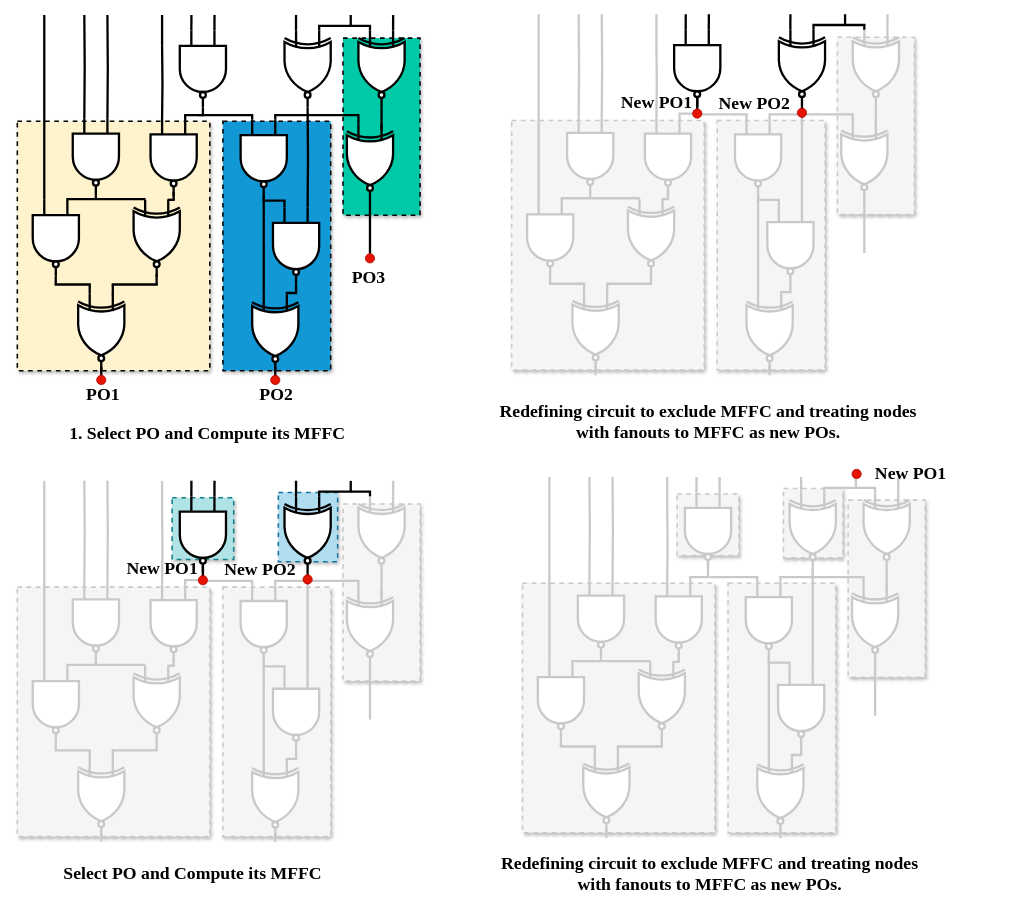
Earlier version of the draw.io diagram mffc_process.drawio (kxzhu0505/LogicSynOpt). Source tidied: cells renumbered, new cells numbered last; positions are measured from the earlier drawing's top-left corner, leaving out a move shared by most shapes. Both pictures are drawn from the tidied source at 77%, with x=0, y=0 at pixel (17, 14).
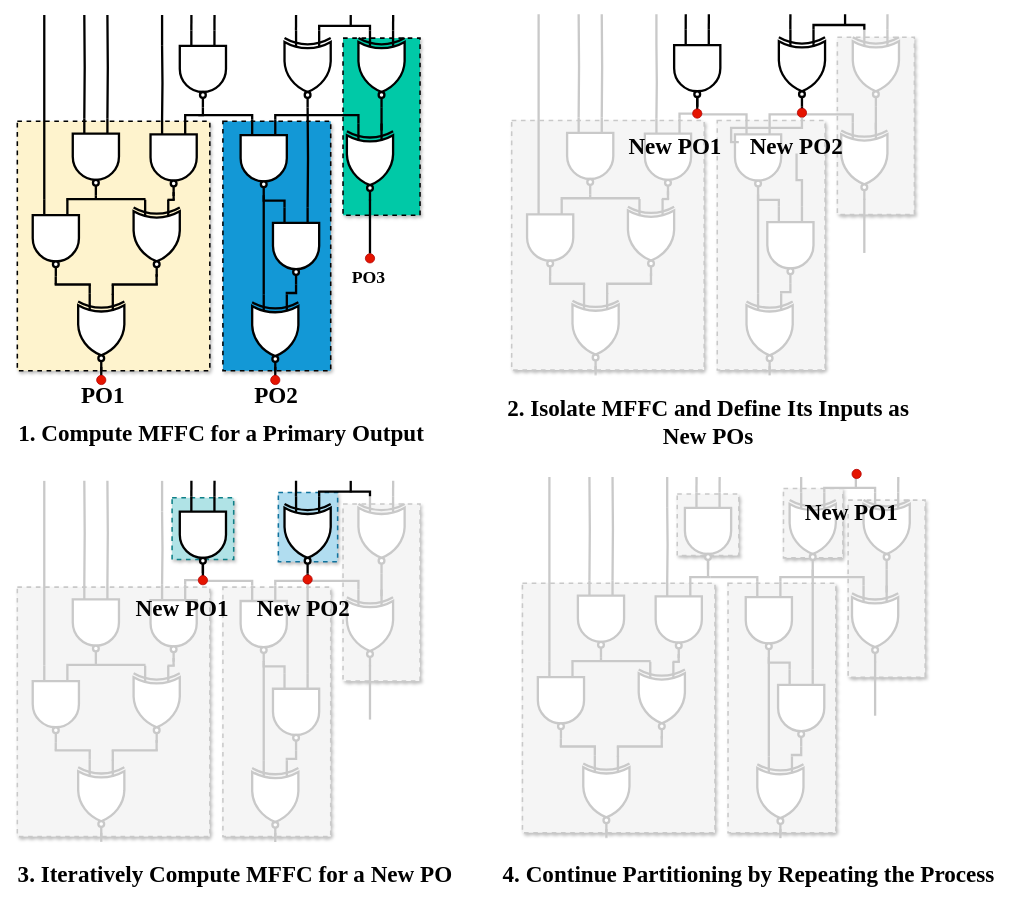
After the change.

Unchanged cells that the change refers to:
```xml
<mxCell id="80" style="verticalLabelPosition=bottom;shadow=0;dashed=0;align=center;html=1;verticalAlign=top;shape=mxgraph.electrical.logic_gates.logic_gate;operation=and;negating=1;negSize=0.15;strokeWidth=3;direction=south;strokeColor=light-dark(#c9c9c9, #ededed);" parent="1" vertex="1">
  <mxGeometry x="974" y="250" width="60" height="100" as="geometry" />
</mxCell>
<mxCell id="110" style="ellipse;whiteSpace=wrap;html=1;strokeColor=#B20000;fillColor=#e51400;fontColor=#ffffff;" parent="1" vertex="1">
  <mxGeometry x="1013" y="122" width="12" height="12" as="geometry" />
</mxCell>
```

What changed in the source:
```diff
@@
-    <mxCell id="54" value="&lt;font style=&quot;font-size: 23px;&quot; face=&quot;Times New Roman&quot;&gt;&lt;b&gt;1. Select PO and Compute its MFFC&lt;/b&gt;&lt;/font&gt;" style="text;html=1;align=center;verticalAlign=middle;whiteSpace=wrap;rounded=0;" parent="1" vertex="1">
-      <mxGeometry x="34" y="529" width="426" height="30" as="geometry" />
+    <mxCell id="54" value="&lt;font style=&quot;font-size: 30px;&quot; face=&quot;Times New Roman&quot;&gt;&lt;b style=&quot;&quot;&gt;1.&amp;nbsp;&lt;/b&gt;&lt;/font&gt;&lt;font face=&quot;Times New Roman&quot;&gt;&lt;span style=&quot;font-size: 30px;&quot;&gt;&lt;b&gt;Compute MFFC for a Primary Output&lt;/b&gt;&lt;/span&gt;&lt;/font&gt;" style="text;html=1;align=center;verticalAlign=middle;whiteSpace=wrap;rounded=0;" parent="1" vertex="1">
+      <mxGeometry y="529" width="530" height="30" as="geometry" />
     </mxCell>
-    <mxCell id="55" value="&lt;font style=&quot;font-size: 23px;&quot; face=&quot;Times New Roman&quot;&gt;&lt;b&gt;PO1&lt;/b&gt;&lt;/font&gt;" style="text;html=1;align=center;verticalAlign=middle;whiteSpace=wrap;rounded=0;" parent="1" vertex="1">
+    <mxCell id="55" value="&lt;font style=&quot;font-size: 30px;&quot; face=&quot;Times New Roman&quot;&gt;&lt;b style=&quot;&quot;&gt;PO1&lt;/b&gt;&lt;/font&gt;" style="text;html=1;align=center;verticalAlign=middle;whiteSpace=wrap;rounded=0;" parent="1" vertex="1">
       <mxGeometry x="65" y="484" width="93" height="20" as="geometry" />
     </mxCell>
-    <mxCell id="56" value="&lt;font style=&quot;font-size: 23px;&quot; face=&quot;Times New Roman&quot;&gt;&lt;b&gt;PO2&lt;/b&gt;&lt;/font&gt;" style="text;html=1;align=center;verticalAlign=middle;whiteSpace=wrap;rounded=0;" parent="1" vertex="1">
+    <mxCell id="56" value="&lt;font style=&quot;font-size: 30px;&quot; face=&quot;Times New Roman&quot;&gt;&lt;b style=&quot;&quot;&gt;PO2&lt;/b&gt;&lt;/font&gt;" style="text;html=1;align=center;verticalAlign=middle;whiteSpace=wrap;rounded=0;" parent="1" vertex="1">
       <mxGeometry x="290" y="484" width="93" height="20" as="geometry" />
     </mxCell>
@@
-    <mxCell id="84" style="endArrow=none;html=1;rounded=0;strokeWidth=3;entryX=0;entryY=0.25;entryDx=0;entryDy=0;entryPerimeter=0;edgeStyle=orthogonalEdgeStyle;strokeColor=#C9C9C9;" parent="1" edge="1" source="110" target="80">
+    <mxCell id="84" style="endArrow=none;html=1;rounded=0;strokeWidth=3;entryX=0;entryY=0.25;entryDx=0;entryDy=0;entryPerimeter=0;edgeStyle=orthogonalEdgeStyle;strokeColor=#C9C9C9;" parent="1" edge="1" source="112" target="80">
       <mxGeometry relative="1" as="geometry" />
     </mxCell>
@@
-    <mxCell id="111" value="&lt;font style=&quot;font-size: 23px;&quot; face=&quot;Times New Roman&quot;&gt;&lt;b&gt;New PO1&lt;/b&gt;&lt;/font&gt;" style="text;html=1;align=center;verticalAlign=middle;whiteSpace=wrap;rounded=0;" parent="1" vertex="1">
-      <mxGeometry x="778" y="104" width="105" height="20" as="geometry" />
+    <mxCell id="111" value="&lt;font style=&quot;font-size: 30px;&quot; face=&quot;Times New Roman&quot;&gt;&lt;b style=&quot;&quot;&gt;New PO1&lt;/b&gt;&lt;/font&gt;" style="text;html=1;align=center;verticalAlign=middle;whiteSpace=wrap;rounded=0;" parent="1" vertex="1">
+      <mxGeometry x="763" y="161" width="183" height="20" as="geometry" />
     </mxCell>
-    <mxCell id="112" value="&lt;font style=&quot;font-size: 23px;&quot; face=&quot;Times New Roman&quot;&gt;&lt;b&gt;New PO2&lt;/b&gt;&lt;/font&gt;" style="text;html=1;align=center;verticalAlign=middle;whiteSpace=wrap;rounded=0;" parent="1" vertex="1">
-      <mxGeometry x="905" y="105" width="105" height="20" as="geometry" />
-    </mxCell>
-    <mxCell id="113" value="&lt;font face=&quot;Times New Roman&quot;&gt;&lt;span style=&quot;font-size: 23px;&quot;&gt;&lt;b&gt;Redefining &lt;/b&gt;&lt;/span&gt;&lt;/font&gt;&lt;b style=&quot;font-family: &amp;quot;Times New Roman&amp;quot;; font-size: 23px;&quot;&gt;circuit&lt;/b&gt;&lt;font face=&quot;Times New Roman&quot;&gt;&lt;span style=&quot;font-size: 23px;&quot;&gt;&lt;b&gt;&amp;nbsp;to exclude MFFC and treating nodes with fanouts to MFFC as new POs.&lt;/b&gt;&lt;/span&gt;&lt;/font&gt;" style="text;html=1;align=center;verticalAlign=middle;whiteSpace=wrap;rounded=0;" parent="1" vertex="1">
+    <mxCell id="113" value="&lt;font style=&quot;font-size: 30px;&quot;&gt;&lt;font face=&quot;Times New Roman&quot;&gt;&lt;b style=&quot;&quot;&gt;2.&amp;nbsp;&lt;/b&gt;&lt;/font&gt;&lt;/font&gt;&lt;font face=&quot;Times New Roman&quot;&gt;&lt;span style=&quot;font-size: 30px;&quot;&gt;&lt;b&gt;Isolate MFFC and Define Its Inputs as New POs&lt;/b&gt;&lt;/span&gt;&lt;/font&gt;" style="text;html=1;align=center;verticalAlign=middle;whiteSpace=wrap;rounded=0;" parent="1" vertex="1">
       <mxGeometry x="617.5" y="514" width="559" height="30" as="geometry" />
     </mxCell>
@@
-    <mxCell id="166" value="&lt;font style=&quot;font-size: 23px;&quot; face=&quot;Times New Roman&quot;&gt;&lt;b&gt;New PO1&lt;/b&gt;&lt;/font&gt;" style="text;html=1;align=center;verticalAlign=middle;whiteSpace=wrap;rounded=0;" parent="1" vertex="1">
-      <mxGeometry x="136" y="710" width="105" height="20" as="geometry" />
-    </mxCell>
-    <mxCell id="167" value="&lt;font style=&quot;font-size: 23px;&quot; face=&quot;Times New Roman&quot;&gt;&lt;b&gt;New PO2&lt;/b&gt;&lt;/font&gt;" style="text;html=1;align=center;verticalAlign=middle;whiteSpace=wrap;rounded=0;" parent="1" vertex="1">
-      <mxGeometry x="263" y="711" width="105" height="20" as="geometry" />
-    </mxCell>
@@
-    <mxCell id="221" value="&lt;font style=&quot;font-size: 23px;&quot; face=&quot;Times New Roman&quot;&gt;&lt;b&gt;Select PO and Compute its MFFC&lt;/b&gt;&lt;/font&gt;" style="text;html=1;align=center;verticalAlign=middle;whiteSpace=wrap;rounded=0;" parent="1" vertex="1">
-      <mxGeometry x="49" y="1101" width="358" height="30" as="geometry" />
+    <mxCell id="221" value="&lt;font style=&quot;font-size: 30px;&quot; face=&quot;Times New Roman&quot;&gt;&lt;b style=&quot;&quot;&gt;3.&amp;nbsp;&lt;/b&gt;&lt;/font&gt;&lt;font face=&quot;Times New Roman&quot;&gt;&lt;span style=&quot;font-size: 30px;&quot;&gt;&lt;b&gt;Iteratively Compute MFFC for a New PO&lt;/b&gt;&lt;/span&gt;&lt;/font&gt;" style="text;html=1;align=center;verticalAlign=middle;whiteSpace=wrap;rounded=0;" parent="1" vertex="1">
+      <mxGeometry x="-5.5" y="1101" width="575.5" height="30" as="geometry" />
     </mxCell>
-    <mxCell id="222" value="&lt;font face=&quot;Times New Roman&quot;&gt;&lt;span style=&quot;font-size: 23px;&quot;&gt;&lt;b&gt;Redefining &lt;/b&gt;&lt;/span&gt;&lt;/font&gt;&lt;b style=&quot;font-family: &amp;quot;Times New Roman&amp;quot;; font-size: 23px;&quot;&gt;circuit&lt;/b&gt;&lt;font face=&quot;Times New Roman&quot;&gt;&lt;span style=&quot;font-size: 23px;&quot;&gt;&lt;b&gt;&amp;nbsp;to exclude MFFC and treating nodes with fanouts to MFFC as new POs.&lt;/b&gt;&lt;/span&gt;&lt;/font&gt;" style="text;html=1;align=center;verticalAlign=middle;whiteSpace=wrap;rounded=0;" parent="1" vertex="1">
-      <mxGeometry x="620" y="1101" width="559" height="30" as="geometry" />
+    <mxCell id="222" value="&lt;font style=&quot;font-size: 30px;&quot;&gt;&lt;font face=&quot;Times New Roman&quot;&gt;&lt;b style=&quot;&quot;&gt;4.&amp;nbsp;&lt;/b&gt;&lt;/font&gt;&lt;/font&gt;&lt;font face=&quot;Times New Roman&quot;&gt;&lt;span style=&quot;font-size: 30px;&quot;&gt;&lt;b&gt;Continue Partitioning by Repeating the Process&lt;/b&gt;&lt;/span&gt;&lt;/font&gt;" style="text;html=1;align=center;verticalAlign=middle;whiteSpace=wrap;rounded=0;" parent="1" vertex="1">
+      <mxGeometry x="620" y="1101" width="660" height="30" as="geometry" />
     </mxCell>
-    <mxCell id="223" value="&lt;font style=&quot;font-size: 23px;&quot; face=&quot;Times New Roman&quot;&gt;&lt;b&gt;New PO1&lt;/b&gt;&lt;/font&gt;" style="text;html=1;align=center;verticalAlign=middle;whiteSpace=wrap;rounded=0;" parent="1" vertex="1">
-      <mxGeometry x="1108" y="586" width="105" height="20" as="geometry" />
-    </mxCell>
+    <mxCell id="224" style="endArrow=none;html=1;rounded=0;strokeWidth=3;entryX=0;entryY=0.25;entryDx=0;entryDy=0;entryPerimeter=0;edgeStyle=orthogonalEdgeStyle;strokeColor=#C9C9C9;" parent="1" edge="1" source="110" target="112">
+      <mxGeometry relative="1" as="geometry" />
+    </mxCell>
+    <mxCell id="112" value="&lt;font style=&quot;font-size: 30px;&quot; face=&quot;Times New Roman&quot;&gt;&lt;b style=&quot;&quot;&gt;New PO2&lt;/b&gt;&lt;/font&gt;" style="text;html=1;align=center;verticalAlign=middle;whiteSpace=wrap;rounded=0;" parent="1" vertex="1">
+      <mxGeometry x="937" y="161" width="150" height="20" as="geometry" />
+    </mxCell>
+    <mxCell id="225" value="&lt;font style=&quot;font-size: 30px;&quot; face=&quot;Times New Roman&quot;&gt;&lt;b style=&quot;&quot;&gt;New PO1&lt;/b&gt;&lt;/font&gt;" style="text;html=1;align=center;verticalAlign=middle;whiteSpace=wrap;rounded=0;" parent="1" vertex="1">
+      <mxGeometry x="123" y="761" width="183" height="20" as="geometry" />
+    </mxCell>
+    <mxCell id="167" value="&lt;font style=&quot;font-size: 30px;&quot; face=&quot;Times New Roman&quot;&gt;&lt;b style=&quot;&quot;&gt;New PO2&lt;/b&gt;&lt;/font&gt;" style="text;html=1;align=center;verticalAlign=middle;whiteSpace=wrap;rounded=0;" parent="1" vertex="1">
+      <mxGeometry x="297" y="761" width="150" height="20" as="geometry" />
+    </mxCell>
+    <mxCell id="226" value="&lt;font style=&quot;font-size: 30px;&quot; face=&quot;Times New Roman&quot;&gt;&lt;b style=&quot;&quot;&gt;New PO1&lt;/b&gt;&lt;/font&gt;" style="text;html=1;align=center;verticalAlign=middle;whiteSpace=wrap;rounded=0;" parent="1" vertex="1">
+      <mxGeometry x="992" y="636" width="183" height="20" as="geometry" />
+    </mxCell>
```
